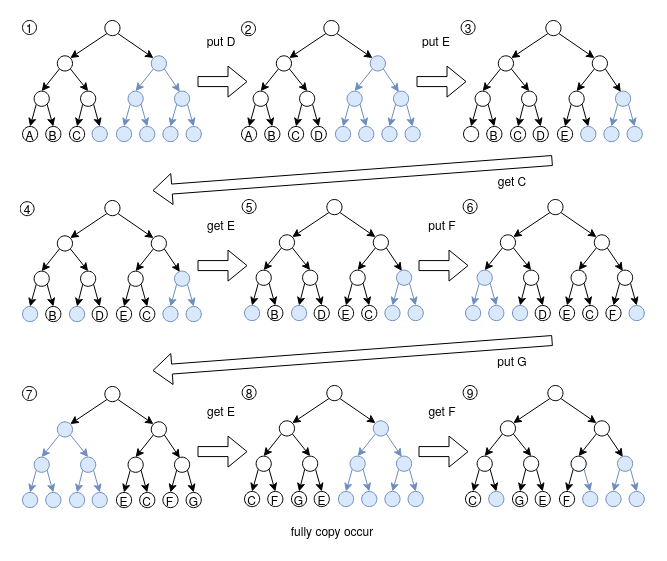
Earlier version of the draw.io export images/順序樹連續變化.png (MROS/ntu-thesis). Source tidied: cells renumbered, new cells last; positions are measured from the earlier drawing's top-left corner, leaving out a move shared by most shapes.
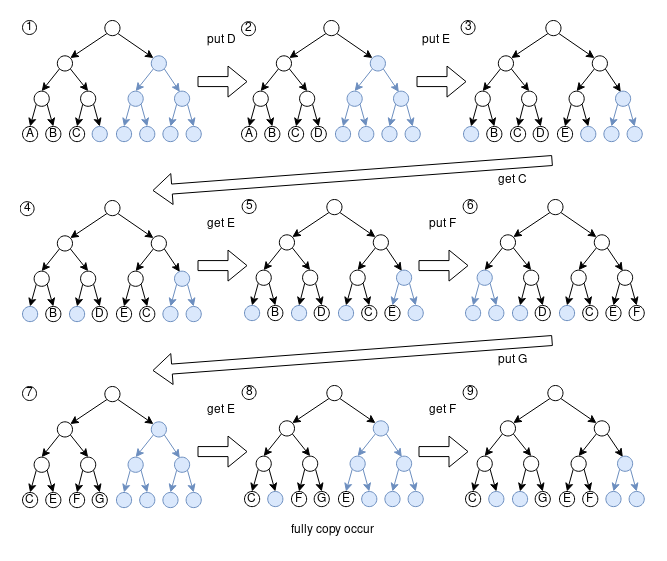
Later version of the same file.

Diff of the diagram source:
```diff
@@ -206,7 +206,7 @@
     <mxCell id="69" style="group;" parent="68" vertex="1">
       <mxGeometry width="180" height="123.2" as="geometry" />
     </mxCell>
-    <mxCell id="70" style="ellipse;whiteSpace=wrap;html=1;" parent="69" vertex="1">
+    <mxCell id="70" style="ellipse;whiteSpace=wrap;html=1;fillColor=#dae8fc;strokeColor=#6c8ebf;" parent="69" vertex="1">
       <mxGeometry y="106" width="15.2" height="15.2" as="geometry" />
     </mxCell>
     <mxCell id="71" value="B" style="ellipse;whiteSpace=wrap;html=1;" parent="69" vertex="1">
@@ -443,13 +443,13 @@
     <mxCell id="145" value="D" style="ellipse;whiteSpace=wrap;html=1;" parent="141" vertex="1">
       <mxGeometry x="69.7" y="106" width="15.2" height="15.2" as="geometry" />
     </mxCell>
-    <mxCell id="146" value="E" style="ellipse;whiteSpace=wrap;html=1;" parent="141" vertex="1">
+    <mxCell id="146" style="ellipse;whiteSpace=wrap;html=1;fillColor=#dae8fc;strokeColor=#6c8ebf;" parent="141" vertex="1">
       <mxGeometry x="93.9" y="106" width="15.2" height="15.2" as="geometry" />
     </mxCell>
     <mxCell id="147" value="C" style="ellipse;whiteSpace=wrap;html=1;" parent="141" vertex="1">
       <mxGeometry x="117.2" y="106" width="15.2" height="15.2" as="geometry" />
     </mxCell>
-    <mxCell id="148" style="ellipse;whiteSpace=wrap;html=1;fillColor=#dae8fc;strokeColor=#6c8ebf;" parent="141" vertex="1">
+    <mxCell id="148" value="E" style="ellipse;whiteSpace=wrap;html=1;" parent="141" vertex="1">
       <mxGeometry x="140.4" y="106" width="15.2" height="15.2" as="geometry" />
     </mxCell>
     <mxCell id="149" style="ellipse;whiteSpace=wrap;html=1;fillColor=#dae8fc;strokeColor=#6c8ebf;" parent="141" vertex="1">
@@ -551,16 +551,16 @@
     <mxCell id="180" value="D" style="ellipse;whiteSpace=wrap;html=1;" parent="176" vertex="1">
       <mxGeometry x="69.7" y="106" width="15.2" height="15.2" as="geometry" />
     </mxCell>
-    <mxCell id="181" value="E" style="ellipse;whiteSpace=wrap;html=1;" parent="176" vertex="1">
+    <mxCell id="181" style="ellipse;whiteSpace=wrap;html=1;fillColor=#dae8fc;strokeColor=#6c8ebf;" parent="176" vertex="1">
       <mxGeometry x="93.9" y="106" width="15.2" height="15.2" as="geometry" />
     </mxCell>
     <mxCell id="182" value="C" style="ellipse;whiteSpace=wrap;html=1;" parent="176" vertex="1">
       <mxGeometry x="117.2" y="106" width="15.2" height="15.2" as="geometry" />
     </mxCell>
-    <mxCell id="183" value="F" style="ellipse;whiteSpace=wrap;html=1;" parent="176" vertex="1">
+    <mxCell id="183" value="E" style="ellipse;whiteSpace=wrap;html=1;" parent="176" vertex="1">
       <mxGeometry x="140.4" y="106" width="15.2" height="15.2" as="geometry" />
     </mxCell>
-    <mxCell id="184" style="ellipse;whiteSpace=wrap;html=1;fillColor=#dae8fc;strokeColor=#6c8ebf;" parent="176" vertex="1">
+    <mxCell id="184" value="F" style="ellipse;whiteSpace=wrap;html=1;" parent="176" vertex="1">
       <mxGeometry x="163.6" y="106" width="15.2" height="15.2" as="geometry" />
     </mxCell>
     <mxCell id="185" style="edgeStyle=none;rounded=0;jettySize=auto;html=1;exitX=0;exitY=1;exitDx=0;exitDy=0;entryX=0.5;entryY=0;entryDx=0;entryDy=0;fillColor=#dae8fc;strokeColor=#6c8ebf;" parent="176" edge="1" source="187" target="177">
@@ -656,82 +656,82 @@
     <mxCell id="213" style="group;" parent="212" vertex="1">
       <mxGeometry width="180" height="123.2" as="geometry" />
     </mxCell>
-    <mxCell id="214" style="ellipse;whiteSpace=wrap;html=1;fillColor=#dae8fc;strokeColor=#6c8ebf;" parent="213" vertex="1">
+    <mxCell id="214" value="C" style="ellipse;whiteSpace=wrap;html=1;" parent="213" vertex="1">
       <mxGeometry y="106" width="15.2" height="15.2" as="geometry" />
     </mxCell>
-    <mxCell id="215" style="ellipse;whiteSpace=wrap;html=1;fillColor=#dae8fc;strokeColor=#6c8ebf;" parent="213" vertex="1">
+    <mxCell id="215" value="E" style="ellipse;whiteSpace=wrap;html=1;" parent="213" vertex="1">
       <mxGeometry x="23.2" y="106" width="15.2" height="15.2" as="geometry" />
     </mxCell>
-    <mxCell id="216" style="ellipse;whiteSpace=wrap;html=1;fillColor=#dae8fc;strokeColor=#6c8ebf;" parent="213" vertex="1">
+    <mxCell id="216" value="F" style="ellipse;whiteSpace=wrap;html=1;" parent="213" vertex="1">
       <mxGeometry x="47" y="106" width="15.2" height="15.2" as="geometry" />
     </mxCell>
-    <mxCell id="217" style="ellipse;whiteSpace=wrap;html=1;fillColor=#dae8fc;strokeColor=#6c8ebf;" parent="213" vertex="1">
+    <mxCell id="217" value="G" style="ellipse;whiteSpace=wrap;html=1;" parent="213" vertex="1">
       <mxGeometry x="69.7" y="106" width="15.2" height="15.2" as="geometry" />
     </mxCell>
-    <mxCell id="218" value="E" style="ellipse;whiteSpace=wrap;html=1;" parent="213" vertex="1">
+    <mxCell id="218" style="ellipse;whiteSpace=wrap;html=1;fillColor=#dae8fc;strokeColor=#6c8ebf;" parent="213" vertex="1">
       <mxGeometry x="93.9" y="106" width="15.2" height="15.2" as="geometry" />
     </mxCell>
-    <mxCell id="219" value="C" style="ellipse;whiteSpace=wrap;html=1;" parent="213" vertex="1">
+    <mxCell id="219" style="ellipse;whiteSpace=wrap;html=1;fillColor=#dae8fc;strokeColor=#6c8ebf;" parent="213" vertex="1">
       <mxGeometry x="117.2" y="106" width="15.2" height="15.2" as="geometry" />
     </mxCell>
-    <mxCell id="220" value="F" style="ellipse;whiteSpace=wrap;html=1;" parent="213" vertex="1">
+    <mxCell id="220" style="ellipse;whiteSpace=wrap;html=1;fillColor=#dae8fc;strokeColor=#6c8ebf;" parent="213" vertex="1">
       <mxGeometry x="140.4" y="106" width="15.2" height="15.2" as="geometry" />
     </mxCell>
-    <mxCell id="221" value="G" style="ellipse;whiteSpace=wrap;html=1;" parent="213" vertex="1">
+    <mxCell id="221" style="ellipse;whiteSpace=wrap;html=1;fillColor=#dae8fc;strokeColor=#6c8ebf;" parent="213" vertex="1">
       <mxGeometry x="163.6" y="106" width="15.2" height="15.2" as="geometry" />
     </mxCell>
-    <mxCell id="222" style="edgeStyle=none;rounded=0;jettySize=auto;html=1;exitX=0;exitY=1;exitDx=0;exitDy=0;entryX=0.5;entryY=0;entryDx=0;entryDy=0;fillColor=#dae8fc;strokeColor=#6c8ebf;" parent="213" edge="1" source="224" target="214">
+    <mxCell id="222" style="edgeStyle=none;rounded=0;jettySize=auto;html=1;exitX=0;exitY=1;exitDx=0;exitDy=0;entryX=0.5;entryY=0;entryDx=0;entryDy=0;" parent="213" edge="1" source="224" target="214">
       <mxGeometry relative="1" as="geometry" />
     </mxCell>
-    <mxCell id="223" style="edgeStyle=none;rounded=0;jettySize=auto;html=1;exitX=1;exitY=1;exitDx=0;exitDy=0;entryX=0.5;entryY=0;entryDx=0;entryDy=0;fillColor=#dae8fc;strokeColor=#6c8ebf;" parent="213" edge="1" source="224" target="215">
+    <mxCell id="223" style="edgeStyle=none;rounded=0;jettySize=auto;html=1;exitX=1;exitY=1;exitDx=0;exitDy=0;entryX=0.5;entryY=0;entryDx=0;entryDy=0;" parent="213" edge="1" source="224" target="215">
       <mxGeometry relative="1" as="geometry" />
     </mxCell>
-    <mxCell id="224" style="ellipse;whiteSpace=wrap;html=1;fillColor=#dae8fc;strokeColor=#6c8ebf;" parent="213" vertex="1">
+    <mxCell id="224" style="ellipse;whiteSpace=wrap;html=1;" parent="213" vertex="1">
       <mxGeometry x="11.6" y="70.6" width="15.2" height="15.2" as="geometry" />
     </mxCell>
-    <mxCell id="225" style="edgeStyle=none;rounded=0;jettySize=auto;html=1;exitX=0;exitY=1;exitDx=0;exitDy=0;entryX=0.5;entryY=0;entryDx=0;entryDy=0;fillColor=#dae8fc;strokeColor=#6c8ebf;" parent="213" edge="1" source="227" target="216">
+    <mxCell id="225" style="edgeStyle=none;rounded=0;jettySize=auto;html=1;exitX=0;exitY=1;exitDx=0;exitDy=0;entryX=0.5;entryY=0;entryDx=0;entryDy=0;" parent="213" edge="1" source="227" target="216">
       <mxGeometry relative="1" as="geometry" />
     </mxCell>
-    <mxCell id="226" style="edgeStyle=none;rounded=0;jettySize=auto;html=1;exitX=1;exitY=1;exitDx=0;exitDy=0;entryX=0.5;entryY=0;entryDx=0;entryDy=0;fillColor=#dae8fc;strokeColor=#6c8ebf;" parent="213" edge="1" source="227" target="217">
+    <mxCell id="226" style="edgeStyle=none;rounded=0;jettySize=auto;html=1;exitX=1;exitY=1;exitDx=0;exitDy=0;entryX=0.5;entryY=0;entryDx=0;entryDy=0;" parent="213" edge="1" source="227" target="217">
       <mxGeometry relative="1" as="geometry" />
     </mxCell>
-    <mxCell id="227" style="ellipse;whiteSpace=wrap;html=1;fillColor=#dae8fc;strokeColor=#6c8ebf;" parent="213" vertex="1">
+    <mxCell id="227" style="ellipse;whiteSpace=wrap;html=1;" parent="213" vertex="1">
       <mxGeometry x="58.1" y="70.6" width="15.2" height="15.2" as="geometry" />
     </mxCell>
-    <mxCell id="228" style="edgeStyle=none;rounded=0;jettySize=auto;html=1;exitX=0;exitY=1;exitDx=0;exitDy=0;entryX=0.5;entryY=0;entryDx=0;entryDy=0;" parent="213" edge="1" source="230" target="218">
+    <mxCell id="228" style="edgeStyle=none;rounded=0;jettySize=auto;html=1;exitX=0;exitY=1;exitDx=0;exitDy=0;entryX=0.5;entryY=0;entryDx=0;entryDy=0;fillColor=#dae8fc;strokeColor=#6c8ebf;" parent="213" edge="1" source="230" target="218">
       <mxGeometry relative="1" as="geometry" />
     </mxCell>
-    <mxCell id="229" style="edgeStyle=none;rounded=0;jettySize=auto;html=1;exitX=1;exitY=1;exitDx=0;exitDy=0;entryX=0.5;entryY=0;entryDx=0;entryDy=0;" parent="213" edge="1" source="230" target="219">
+    <mxCell id="229" style="edgeStyle=none;rounded=0;jettySize=auto;html=1;exitX=1;exitY=1;exitDx=0;exitDy=0;entryX=0.5;entryY=0;entryDx=0;entryDy=0;fillColor=#dae8fc;strokeColor=#6c8ebf;" parent="213" edge="1" source="230" target="219">
       <mxGeometry relative="1" as="geometry" />
     </mxCell>
-    <mxCell id="230" style="ellipse;whiteSpace=wrap;html=1;" parent="213" vertex="1">
+    <mxCell id="230" style="ellipse;whiteSpace=wrap;html=1;fillColor=#dae8fc;strokeColor=#6c8ebf;" parent="213" vertex="1">
       <mxGeometry x="105.5" y="70.6" width="15.2" height="15.2" as="geometry" />
     </mxCell>
-    <mxCell id="231" style="edgeStyle=none;rounded=0;jettySize=auto;html=1;exitX=0;exitY=1;exitDx=0;exitDy=0;entryX=0.5;entryY=0;entryDx=0;entryDy=0;" parent="213" edge="1" source="233" target="220">
+    <mxCell id="231" style="edgeStyle=none;rounded=0;jettySize=auto;html=1;exitX=0;exitY=1;exitDx=0;exitDy=0;entryX=0.5;entryY=0;entryDx=0;entryDy=0;fillColor=#dae8fc;strokeColor=#6c8ebf;" parent="213" edge="1" source="233" target="220">
       <mxGeometry relative="1" as="geometry" />
     </mxCell>
-    <mxCell id="232" style="edgeStyle=none;rounded=0;jettySize=auto;html=1;exitX=1;exitY=1;exitDx=0;exitDy=0;entryX=0.5;entryY=0;entryDx=0;entryDy=0;" parent="213" edge="1" source="233" target="221">
+    <mxCell id="232" style="edgeStyle=none;rounded=0;jettySize=auto;html=1;exitX=1;exitY=1;exitDx=0;exitDy=0;entryX=0.5;entryY=0;entryDx=0;entryDy=0;fillColor=#dae8fc;strokeColor=#6c8ebf;" parent="213" edge="1" source="233" target="221">
       <mxGeometry relative="1" as="geometry" />
     </mxCell>
-    <mxCell id="233" style="ellipse;whiteSpace=wrap;html=1;" parent="213" vertex="1">
+    <mxCell id="233" style="ellipse;whiteSpace=wrap;html=1;fillColor=#dae8fc;strokeColor=#6c8ebf;" parent="213" vertex="1">
       <mxGeometry x="152" y="70.6" width="15.2" height="15.2" as="geometry" />
     </mxCell>
-    <mxCell id="234" style="edgeStyle=none;rounded=0;jettySize=auto;html=1;exitX=0;exitY=1;exitDx=0;exitDy=0;entryX=0.5;entryY=0;entryDx=0;entryDy=0;fillColor=#dae8fc;strokeColor=#6c8ebf;" parent="213" edge="1" source="236" target="224">
+    <mxCell id="234" style="edgeStyle=none;rounded=0;jettySize=auto;html=1;exitX=0;exitY=1;exitDx=0;exitDy=0;entryX=0.5;entryY=0;entryDx=0;entryDy=0;" parent="213" edge="1" source="236" target="224">
       <mxGeometry relative="1" as="geometry" />
     </mxCell>
-    <mxCell id="235" style="edgeStyle=none;rounded=0;jettySize=auto;html=1;exitX=1;exitY=1;exitDx=0;exitDy=0;entryX=0.5;entryY=0;entryDx=0;entryDy=0;fillColor=#dae8fc;strokeColor=#6c8ebf;" parent="213" edge="1" source="236" target="227">
+    <mxCell id="235" style="edgeStyle=none;rounded=0;jettySize=auto;html=1;exitX=1;exitY=1;exitDx=0;exitDy=0;entryX=0.5;entryY=0;entryDx=0;entryDy=0;" parent="213" edge="1" source="236" target="227">
       <mxGeometry relative="1" as="geometry" />
     </mxCell>
-    <mxCell id="236" style="ellipse;whiteSpace=wrap;html=1;fillColor=#dae8fc;strokeColor=#6c8ebf;" parent="213" vertex="1">
+    <mxCell id="236" style="ellipse;whiteSpace=wrap;html=1;" parent="213" vertex="1">
       <mxGeometry x="34.8" y="35.3" width="15.2" height="15.2" as="geometry" />
     </mxCell>
-    <mxCell id="237" style="edgeStyle=none;rounded=0;jettySize=auto;html=1;exitX=0;exitY=1;exitDx=0;exitDy=0;entryX=0.5;entryY=0;entryDx=0;entryDy=0;" parent="213" edge="1" source="239" target="230">
+    <mxCell id="237" style="edgeStyle=none;rounded=0;jettySize=auto;html=1;exitX=0;exitY=1;exitDx=0;exitDy=0;entryX=0.5;entryY=0;entryDx=0;entryDy=0;fillColor=#dae8fc;strokeColor=#6c8ebf;" parent="213" edge="1" source="239" target="230">
       <mxGeometry relative="1" as="geometry" />
     </mxCell>
-    <mxCell id="238" style="edgeStyle=none;rounded=0;jettySize=auto;html=1;exitX=1;exitY=1;exitDx=0;exitDy=0;entryX=0.35;entryY=0.05;entryDx=0;entryDy=0;entryPerimeter=0;" parent="213" edge="1" source="239" target="233">
+    <mxCell id="238" style="edgeStyle=none;rounded=0;jettySize=auto;html=1;exitX=1;exitY=1;exitDx=0;exitDy=0;entryX=0.35;entryY=0.05;entryDx=0;entryDy=0;entryPerimeter=0;fillColor=#dae8fc;strokeColor=#6c8ebf;" parent="213" edge="1" source="239" target="233">
       <mxGeometry relative="1" as="geometry" />
     </mxCell>
-    <mxCell id="239" style="ellipse;whiteSpace=wrap;html=1;" parent="213" vertex="1">
+    <mxCell id="239" style="ellipse;whiteSpace=wrap;html=1;fillColor=#dae8fc;strokeColor=#6c8ebf;" parent="213" vertex="1">
       <mxGeometry x="128.8" y="35.3" width="15.2" height="15.2" as="geometry" />
     </mxCell>
     <mxCell id="240" style="rounded=0;jettySize=auto;html=1;exitX=0;exitY=1;exitDx=0;exitDy=0;entryX=1;entryY=0;entryDx=0;entryDy=0;" parent="213" edge="1" source="242" target="236">
@@ -758,16 +758,16 @@
     <mxCell id="247" value="C" style="ellipse;whiteSpace=wrap;html=1;" parent="246" vertex="1">
       <mxGeometry y="106" width="15.2" height="15.2" as="geometry" />
     </mxCell>
-    <mxCell id="248" value="F" style="ellipse;whiteSpace=wrap;html=1;" parent="246" vertex="1">
+    <mxCell id="248" style="ellipse;whiteSpace=wrap;html=1;fillColor=#dae8fc;strokeColor=#6c8ebf;" parent="246" vertex="1">
       <mxGeometry x="23.2" y="106" width="15.2" height="15.2" as="geometry" />
     </mxCell>
-    <mxCell id="249" value="G" style="ellipse;whiteSpace=wrap;html=1;" parent="246" vertex="1">
+    <mxCell id="249" value="F" style="ellipse;whiteSpace=wrap;html=1;" parent="246" vertex="1">
       <mxGeometry x="47" y="106" width="15.2" height="15.2" as="geometry" />
     </mxCell>
-    <mxCell id="250" value="E" style="ellipse;whiteSpace=wrap;html=1;" parent="246" vertex="1">
+    <mxCell id="250" value="G" style="ellipse;whiteSpace=wrap;html=1;" parent="246" vertex="1">
       <mxGeometry x="69.7" y="106" width="15.2" height="15.2" as="geometry" />
     </mxCell>
-    <mxCell id="251" style="ellipse;whiteSpace=wrap;html=1;fillColor=#dae8fc;strokeColor=#6c8ebf;" parent="246" vertex="1">
+    <mxCell id="251" value="E" style="ellipse;whiteSpace=wrap;html=1;" parent="246" vertex="1">
       <mxGeometry x="93.9" y="106" width="15.2" height="15.2" as="geometry" />
     </mxCell>
     <mxCell id="252" style="ellipse;whiteSpace=wrap;html=1;fillColor=#dae8fc;strokeColor=#6c8ebf;" parent="246" vertex="1">
@@ -869,16 +869,16 @@
     <mxCell id="283" style="ellipse;whiteSpace=wrap;html=1;fillColor=#dae8fc;strokeColor=#6c8ebf;" parent="281" vertex="1">
       <mxGeometry x="23.2" y="106" width="15.2" height="15.2" as="geometry" />
     </mxCell>
-    <mxCell id="284" value="G" style="ellipse;whiteSpace=wrap;html=1;" parent="281" vertex="1">
+    <mxCell id="284" style="ellipse;whiteSpace=wrap;html=1;fillColor=#dae8fc;strokeColor=#6c8ebf;" parent="281" vertex="1">
       <mxGeometry x="47" y="106" width="15.2" height="15.2" as="geometry" />
     </mxCell>
-    <mxCell id="285" value="E" style="ellipse;whiteSpace=wrap;html=1;" parent="281" vertex="1">
+    <mxCell id="285" value="G" style="ellipse;whiteSpace=wrap;html=1;" parent="281" vertex="1">
       <mxGeometry x="69.7" y="106" width="15.2" height="15.2" as="geometry" />
     </mxCell>
-    <mxCell id="286" value="F" style="ellipse;whiteSpace=wrap;html=1;" parent="281" vertex="1">
+    <mxCell id="286" value="E" style="ellipse;whiteSpace=wrap;html=1;" parent="281" vertex="1">
       <mxGeometry x="93.9" y="106" width="15.2" height="15.2" as="geometry" />
     </mxCell>
-    <mxCell id="287" style="ellipse;whiteSpace=wrap;html=1;fillColor=#dae8fc;strokeColor=#6c8ebf;" parent="281" vertex="1">
+    <mxCell id="287" value="F" style="ellipse;whiteSpace=wrap;html=1;" parent="281" vertex="1">
       <mxGeometry x="117.2" y="106" width="15.2" height="15.2" as="geometry" />
     </mxCell>
     <mxCell id="288" style="ellipse;whiteSpace=wrap;html=1;fillColor=#dae8fc;strokeColor=#6c8ebf;" parent="281" vertex="1">
@@ -908,7 +908,7 @@
     <mxCell id="296" style="edgeStyle=none;rounded=0;jettySize=auto;html=1;exitX=0;exitY=1;exitDx=0;exitDy=0;entryX=0.5;entryY=0;entryDx=0;entryDy=0;" parent="281" edge="1" source="298" target="286">
       <mxGeometry relative="1" as="geometry" />
     </mxCell>
-    <mxCell id="297" style="edgeStyle=none;rounded=0;jettySize=auto;html=1;exitX=1;exitY=1;exitDx=0;exitDy=0;entryX=0.5;entryY=0;entryDx=0;entryDy=0;fillColor=#dae8fc;strokeColor=#6c8ebf;" parent="281" edge="1" source="298" target="287">
+    <mxCell id="297" style="edgeStyle=none;rounded=0;jettySize=auto;html=1;exitX=1;exitY=1;exitDx=0;exitDy=0;entryX=0.5;entryY=0;entryDx=0;entryDy=0;fillColor=#dae8fc;strokeColor=#000000;" parent="281" edge="1" source="298" target="287">
       <mxGeometry relative="1" as="geometry" />
     </mxCell>
     <mxCell id="298" style="ellipse;whiteSpace=wrap;html=1;" parent="281" vertex="1">
```
